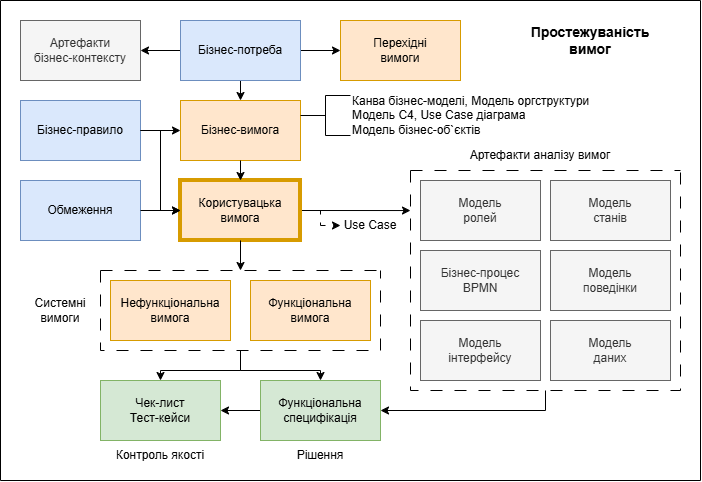
This is src/img/concept-traceability.png from babok4me/info, a draw.io export, as it was before one commit. Source tidied: cells renumbered, new cells last; positions are measured from the earlier drawing's top-left corner, leaving out a move shared by most shapes. Its diagram source:
```xml
<mxGraphModel>
  <root>
    <mxCell id="0" />
    <mxCell id="1" parent="0" />
    <mxCell id="2" value="Перехідні&lt;div&gt;&lt;span style=&quot;background-color: transparent; color: light-dark(rgb(0, 0, 0), rgb(255, 255, 255));&quot;&gt;вимоги&lt;/span&gt;&lt;/div&gt;" style="rounded=0;whiteSpace=wrap;html=1;fillColor=#ffe6cc;strokeColor=#d79b00;" parent="1" vertex="1">
      <mxGeometry x="340" y="20" width="120" height="60" as="geometry" />
    </mxCell>
    <mxCell id="3" value="Бізнес-процес&lt;div&gt;BPMN&lt;/div&gt;" style="rounded=0;whiteSpace=wrap;html=1;fillColor=#f5f5f5;fontColor=#333333;strokeColor=#666666;" parent="1" vertex="1">
      <mxGeometry x="420" y="250" width="120" height="60" as="geometry" />
    </mxCell>
    <mxCell id="4" value="Модель&lt;div&gt;інтерфейсу&lt;/div&gt;" style="rounded=0;whiteSpace=wrap;html=1;fillColor=#f5f5f5;fontColor=#333333;strokeColor=#666666;" parent="1" vertex="1">
      <mxGeometry x="420" y="320" width="120" height="60" as="geometry" />
    </mxCell>
    <mxCell id="5" value="Модель&lt;div&gt;станів&lt;/div&gt;" style="rounded=0;whiteSpace=wrap;html=1;fillColor=#f5f5f5;fontColor=#333333;strokeColor=#666666;" parent="1" vertex="1">
      <mxGeometry x="550" y="180" width="120" height="60" as="geometry" />
    </mxCell>
    <mxCell id="6" value="Модель&lt;div&gt;поведінки&lt;/div&gt;" style="rounded=0;whiteSpace=wrap;html=1;fillColor=#f5f5f5;fontColor=#333333;strokeColor=#666666;" parent="1" vertex="1">
      <mxGeometry x="550" y="250" width="120" height="60" as="geometry" />
    </mxCell>
    <mxCell id="7" value="Модель&lt;div&gt;даних&lt;/div&gt;" style="rounded=0;whiteSpace=wrap;html=1;fillColor=#f5f5f5;fontColor=#333333;strokeColor=#666666;" parent="1" vertex="1">
      <mxGeometry x="550" y="320" width="120" height="60" as="geometry" />
    </mxCell>
    <mxCell id="8" value="&lt;div&gt;Артефакти&lt;/div&gt;&lt;div&gt;бізнес-контексту&lt;/div&gt;" style="rounded=0;whiteSpace=wrap;html=1;fillColor=#f5f5f5;strokeColor=#666666;fontColor=#333333;" parent="1" vertex="1">
      <mxGeometry x="20" y="20" width="120" height="60" as="geometry" />
    </mxCell>
    <mxCell id="9" value="Модель&lt;div&gt;ролей&lt;/div&gt;" style="rounded=0;whiteSpace=wrap;html=1;fillColor=#f5f5f5;fontColor=#333333;strokeColor=#666666;" parent="1" vertex="1">
      <mxGeometry x="420" y="180" width="120" height="60" as="geometry" />
    </mxCell>
    <mxCell id="10" style="edgeStyle=orthogonalEdgeStyle;rounded=0;jettySize=auto;html=1;exitX=0.5;exitY=1;exitDx=0;exitDy=0;entryX=0.5;entryY=0;entryDx=0;entryDy=0;" parent="1" edge="1" source="13" target="20">
      <mxGeometry relative="1" as="geometry" />
    </mxCell>
    <mxCell id="11" style="edgeStyle=orthogonalEdgeStyle;rounded=0;jettySize=auto;html=1;exitX=1;exitY=0.5;exitDx=0;exitDy=0;" parent="1" edge="1" source="13" target="2">
      <mxGeometry relative="1" as="geometry" />
    </mxCell>
    <mxCell id="12" style="edgeStyle=orthogonalEdgeStyle;rounded=0;jettySize=auto;html=1;exitX=0;exitY=0.5;exitDx=0;exitDy=0;" parent="1" edge="1" source="13" target="8">
      <mxGeometry relative="1" as="geometry" />
    </mxCell>
    <mxCell id="13" value="Бізнес-потреба" style="rounded=0;whiteSpace=wrap;html=1;fillColor=#dae8fc;strokeColor=#6c8ebf;" parent="1" vertex="1">
      <mxGeometry x="180" y="20" width="120" height="60" as="geometry" />
    </mxCell>
    <mxCell id="14" style="edgeStyle=orthogonalEdgeStyle;rounded=0;jettySize=auto;html=1;exitX=0.5;exitY=1;exitDx=0;exitDy=0;entryX=1;entryY=0.5;entryDx=0;entryDy=0;" parent="1" edge="1" source="15" target="33">
      <mxGeometry relative="1" as="geometry" />
    </mxCell>
    <mxCell id="15" style="swimlane;startSize=0;dashed=1;dashPattern=12 12;" parent="1" vertex="1">
      <mxGeometry x="410" y="170" width="270" height="220" as="geometry" />
    </mxCell>
    <mxCell id="16" style="edgeStyle=orthogonalEdgeStyle;rounded=0;jettySize=auto;html=1;exitX=1;exitY=0.5;exitDx=0;exitDy=0;entryX=0;entryY=0.182;entryDx=0;entryDy=0;entryPerimeter=0;" parent="1" edge="1" source="24" target="15">
      <mxGeometry relative="1" as="geometry" />
    </mxCell>
    <mxCell id="17" style="swimlane;startSize=0;" parent="1" vertex="1">
      <mxGeometry width="700" height="480" as="geometry" />
    </mxCell>
    <mxCell id="18" value="Простежуваність&lt;div&gt;вимог&lt;/div&gt;" style="text;html=1;whiteSpace=wrap;strokeColor=none;fillColor=none;align=center;verticalAlign=middle;rounded=1;fontStyle=1;fontSize=14;shadow=0;glass=0;" parent="17" vertex="1">
      <mxGeometry x="510" y="20" width="160" height="40" as="geometry" />
    </mxCell>
    <mxCell id="19" value="Бізнес-правило" style="rounded=0;whiteSpace=wrap;html=1;fillColor=#dae8fc;strokeColor=#6c8ebf;" parent="17" vertex="1">
      <mxGeometry x="20" y="100" width="120" height="60" as="geometry" />
    </mxCell>
    <mxCell id="20" value="Бізнес-вимога" style="rounded=0;whiteSpace=wrap;html=1;fillColor=#ffe6cc;strokeColor=#d79b00;" parent="17" vertex="1">
      <mxGeometry x="180" y="100" width="120" height="60" as="geometry" />
    </mxCell>
    <mxCell id="21" style="edgeStyle=orthogonalEdgeStyle;rounded=0;jettySize=auto;html=1;exitX=1;exitY=0.5;exitDx=0;exitDy=0;entryX=0;entryY=0.5;entryDx=0;entryDy=0;" parent="17" edge="1" source="19" target="20">
      <mxGeometry relative="1" as="geometry" />
    </mxCell>
    <mxCell id="22" value="Обмеження" style="rounded=0;whiteSpace=wrap;html=1;fillColor=#dae8fc;strokeColor=#6c8ebf;" parent="17" vertex="1">
      <mxGeometry x="20" y="180" width="120" height="60" as="geometry" />
    </mxCell>
    <mxCell id="23" style="edgeStyle=orthogonalEdgeStyle;rounded=0;jettySize=auto;html=1;exitX=1;exitY=0.5;exitDx=0;exitDy=0;entryX=0;entryY=0.5;entryDx=0;entryDy=0;dashed=1;dashPattern=8 8;" parent="17" edge="1" source="24" target="41">
      <mxGeometry relative="1" as="geometry" />
    </mxCell>
    <mxCell id="24" value="Користувацька вимога" style="rounded=0;whiteSpace=wrap;html=1;fillColor=#ffe6cc;strokeColor=#d79b00;strokeWidth=4;" parent="17" vertex="1">
      <mxGeometry x="180" y="180" width="120" height="60" as="geometry" />
    </mxCell>
    <mxCell id="25" style="edgeStyle=orthogonalEdgeStyle;rounded=0;jettySize=auto;html=1;exitX=1;exitY=0.5;exitDx=0;exitDy=0;entryX=0;entryY=0.5;entryDx=0;entryDy=0;" parent="17" edge="1" source="19" target="24">
      <mxGeometry relative="1" as="geometry" />
    </mxCell>
    <mxCell id="26" style="edgeStyle=orthogonalEdgeStyle;rounded=0;jettySize=auto;html=1;exitX=0.5;exitY=1;exitDx=0;exitDy=0;entryX=0.5;entryY=0;entryDx=0;entryDy=0;" parent="17" edge="1" source="20" target="24">
      <mxGeometry relative="1" as="geometry" />
    </mxCell>
    <mxCell id="27" style="edgeStyle=orthogonalEdgeStyle;rounded=0;jettySize=auto;html=1;exitX=1;exitY=0.5;exitDx=0;exitDy=0;entryX=0;entryY=0.5;entryDx=0;entryDy=0;" parent="17" edge="1" source="22" target="24">
      <mxGeometry relative="1" as="geometry" />
    </mxCell>
    <mxCell id="28" value="Артефакти аналізу вимог" style="text;html=1;whiteSpace=wrap;strokeColor=none;fillColor=none;align=center;verticalAlign=middle;rounded=0;" parent="17" vertex="1">
      <mxGeometry x="420" y="140" width="240" height="30" as="geometry" />
    </mxCell>
    <mxCell id="29" value="Функціональна вимога" style="rounded=0;whiteSpace=wrap;html=1;fillColor=#ffe6cc;strokeColor=#d79b00;" parent="17" vertex="1">
      <mxGeometry x="250" y="280" width="120" height="60" as="geometry" />
    </mxCell>
    <mxCell id="30" value="Нефункціональна вимога" style="rounded=0;whiteSpace=wrap;html=1;fillColor=#ffe6cc;strokeColor=#d79b00;" parent="17" vertex="1">
      <mxGeometry x="110" y="280" width="120" height="60" as="geometry" />
    </mxCell>
    <mxCell id="31" value="Чек-лист&lt;div&gt;Тест-кейси&lt;/div&gt;" style="rounded=0;whiteSpace=wrap;html=1;fillColor=#d5e8d4;strokeColor=#82b366;" parent="17" vertex="1">
      <mxGeometry x="100" y="380" width="120" height="60" as="geometry" />
    </mxCell>
    <mxCell id="32" style="edgeStyle=orthogonalEdgeStyle;rounded=0;jettySize=auto;html=1;exitX=0;exitY=0.5;exitDx=0;exitDy=0;entryX=1;entryY=0.5;entryDx=0;entryDy=0;" parent="17" edge="1" source="33" target="31">
      <mxGeometry relative="1" as="geometry" />
    </mxCell>
    <mxCell id="33" value="Функціональна&lt;div&gt;специфікація&lt;/div&gt;" style="rounded=0;whiteSpace=wrap;html=1;fillColor=#d5e8d4;strokeColor=#82b366;" parent="17" vertex="1">
      <mxGeometry x="260" y="380" width="120" height="60" as="geometry" />
    </mxCell>
    <mxCell id="34" style="edgeStyle=orthogonalEdgeStyle;rounded=0;jettySize=auto;html=1;exitX=0.5;exitY=1;exitDx=0;exitDy=0;entryX=0.5;entryY=0;entryDx=0;entryDy=0;" parent="17" edge="1" source="36" target="31">
      <mxGeometry relative="1" as="geometry">
        <Array as="points">
          <mxPoint x="240" y="370" />
          <mxPoint x="160" y="370" />
        </Array>
      </mxGeometry>
    </mxCell>
    <mxCell id="35" style="edgeStyle=orthogonalEdgeStyle;rounded=0;jettySize=auto;html=1;exitX=0.5;exitY=1;exitDx=0;exitDy=0;entryX=0.5;entryY=0;entryDx=0;entryDy=0;" parent="17" edge="1" source="36" target="33">
      <mxGeometry relative="1" as="geometry">
        <Array as="points">
          <mxPoint x="240" y="370" />
          <mxPoint x="320" y="370" />
        </Array>
      </mxGeometry>
    </mxCell>
    <mxCell id="36" style="swimlane;startSize=0;dashed=1;dashPattern=12 12;" parent="17" vertex="1">
      <mxGeometry x="100" y="270" width="280" height="80" as="geometry" />
    </mxCell>
    <mxCell id="37" value="Системні&lt;div&gt;вимоги&lt;/div&gt;" style="text;html=1;whiteSpace=wrap;strokeColor=none;fillColor=none;align=center;verticalAlign=middle;rounded=0;" parent="17" vertex="1">
      <mxGeometry x="30" y="295" width="60" height="30" as="geometry" />
    </mxCell>
    <mxCell id="38" style="edgeStyle=orthogonalEdgeStyle;rounded=0;jettySize=auto;html=1;exitX=0.5;exitY=1;exitDx=0;exitDy=0;entryX=0.5;entryY=0;entryDx=0;entryDy=0;" parent="17" edge="1" source="24" target="36">
      <mxGeometry relative="1" as="geometry" />
    </mxCell>
    <mxCell id="39" value="Рішення" style="text;html=1;whiteSpace=wrap;strokeColor=none;fillColor=none;align=center;verticalAlign=middle;rounded=0;" parent="17" vertex="1">
      <mxGeometry x="260" y="440" width="120" height="30" as="geometry" />
    </mxCell>
    <mxCell id="40" value="Контроль якості" style="text;html=1;whiteSpace=wrap;strokeColor=none;fillColor=none;align=center;verticalAlign=middle;rounded=0;" parent="17" vertex="1">
      <mxGeometry x="100" y="440" width="120" height="30" as="geometry" />
    </mxCell>
    <mxCell id="41" value="Use Case" style="text;html=1;whiteSpace=wrap;strokeColor=none;fillColor=none;align=center;verticalAlign=middle;rounded=0;" parent="17" vertex="1">
      <mxGeometry x="340" y="210" width="60" height="30" as="geometry" />
    </mxCell>
    <mxCell id="42" value="&lt;div&gt;Канва бізнес-моделі,&amp;nbsp;&lt;span style=&quot;background-color: transparent; color: light-dark(rgb(0, 0, 0), rgb(255, 255, 255));&quot;&gt;Модель оргструктури&lt;/span&gt;&lt;/div&gt;&lt;div&gt;Модель С4,&amp;nbsp;&lt;span style=&quot;background-color: transparent; color: light-dark(rgb(0, 0, 0), rgb(255, 255, 255));&quot;&gt;Use Case діаграма&lt;/span&gt;&lt;/div&gt;&lt;div&gt;Модель бізнес-об`єктів&lt;/div&gt;" style="html=1;shape=mxgraph.flowchart.annotation_2;align=left;labelPosition=right;" parent="17" vertex="1">
      <mxGeometry x="300" y="95" width="50" height="40" as="geometry" />
    </mxCell>
  </root>
</mxGraphModel>
```
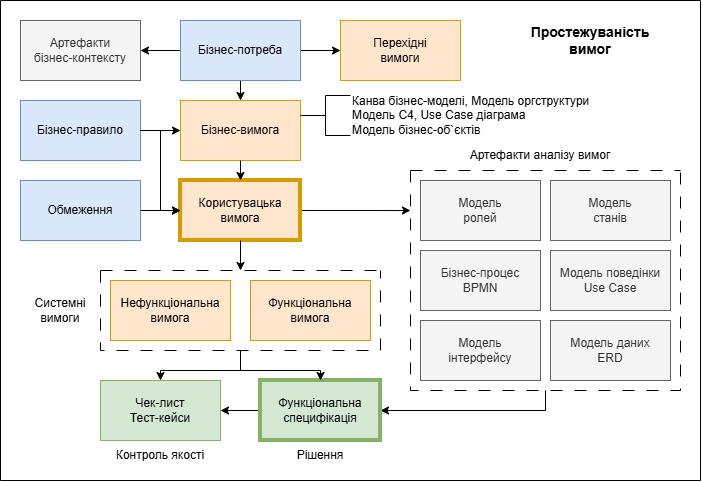
The same file after the commit.

Commit message:
change page concept

What changed in the source:
```diff
@@ -14,10 +14,10 @@
     <mxCell id="5" value="Модель&lt;div&gt;станів&lt;/div&gt;" style="rounded=0;whiteSpace=wrap;html=1;fillColor=#f5f5f5;fontColor=#333333;strokeColor=#666666;" parent="1" vertex="1">
       <mxGeometry x="550" y="180" width="120" height="60" as="geometry" />
     </mxCell>
-    <mxCell id="6" value="Модель&lt;div&gt;поведінки&lt;/div&gt;" style="rounded=0;whiteSpace=wrap;html=1;fillColor=#f5f5f5;fontColor=#333333;strokeColor=#666666;" parent="1" vertex="1">
+    <mxCell id="6" value="Модель&amp;nbsp;&lt;span style=&quot;background-color: transparent; color: light-dark(rgb(51, 51, 51), rgb(193, 193, 193));&quot;&gt;поведінки&lt;/span&gt;&lt;div&gt;&lt;span style=&quot;background-color: transparent; color: light-dark(rgb(51, 51, 51), rgb(193, 193, 193));&quot;&gt;Use Case&lt;/span&gt;&lt;/div&gt;" style="rounded=0;whiteSpace=wrap;html=1;fillColor=#f5f5f5;fontColor=#333333;strokeColor=#666666;" parent="1" vertex="1">
       <mxGeometry x="550" y="250" width="120" height="60" as="geometry" />
     </mxCell>
-    <mxCell id="7" value="Модель&lt;div&gt;даних&lt;/div&gt;" style="rounded=0;whiteSpace=wrap;html=1;fillColor=#f5f5f5;fontColor=#333333;strokeColor=#666666;" parent="1" vertex="1">
+    <mxCell id="7" value="Модель&amp;nbsp;&lt;span style=&quot;background-color: transparent; color: light-dark(rgb(51, 51, 51), rgb(193, 193, 193));&quot;&gt;даних&lt;/span&gt;&lt;div&gt;&lt;span style=&quot;background-color: transparent; color: light-dark(rgb(51, 51, 51), rgb(193, 193, 193));&quot;&gt;ERD&lt;/span&gt;&lt;/div&gt;" style="rounded=0;whiteSpace=wrap;html=1;fillColor=#f5f5f5;fontColor=#333333;strokeColor=#666666;" parent="1" vertex="1">
       <mxGeometry x="550" y="320" width="120" height="60" as="geometry" />
     </mxCell>
     <mxCell id="8" value="&lt;div&gt;Артефакти&lt;/div&gt;&lt;div&gt;бізнес-контексту&lt;/div&gt;" style="rounded=0;whiteSpace=wrap;html=1;fillColor=#f5f5f5;strokeColor=#666666;fontColor=#333333;" parent="1" vertex="1">
@@ -65,9 +65,6 @@
     <mxCell id="22" value="Обмеження" style="rounded=0;whiteSpace=wrap;html=1;fillColor=#dae8fc;strokeColor=#6c8ebf;" parent="17" vertex="1">
       <mxGeometry x="20" y="180" width="120" height="60" as="geometry" />
     </mxCell>
-    <mxCell id="23" style="edgeStyle=orthogonalEdgeStyle;rounded=0;jettySize=auto;html=1;exitX=1;exitY=0.5;exitDx=0;exitDy=0;entryX=0;entryY=0.5;entryDx=0;entryDy=0;dashed=1;dashPattern=8 8;" parent="17" edge="1" source="24" target="41">
-      <mxGeometry relative="1" as="geometry" />
-    </mxCell>
     <mxCell id="24" value="Користувацька вимога" style="rounded=0;whiteSpace=wrap;html=1;fillColor=#ffe6cc;strokeColor=#d79b00;strokeWidth=4;" parent="17" vertex="1">
       <mxGeometry x="180" y="180" width="120" height="60" as="geometry" />
     </mxCell>
@@ -95,7 +92,7 @@
     <mxCell id="32" style="edgeStyle=orthogonalEdgeStyle;rounded=0;jettySize=auto;html=1;exitX=0;exitY=0.5;exitDx=0;exitDy=0;entryX=1;entryY=0.5;entryDx=0;entryDy=0;" parent="17" edge="1" source="33" target="31">
       <mxGeometry relative="1" as="geometry" />
     </mxCell>
-    <mxCell id="33" value="Функціональна&lt;div&gt;специфікація&lt;/div&gt;" style="rounded=0;whiteSpace=wrap;html=1;fillColor=#d5e8d4;strokeColor=#82b366;" parent="17" vertex="1">
+    <mxCell id="33" value="Функціональна&lt;div&gt;специфікація&lt;/div&gt;" style="rounded=0;whiteSpace=wrap;html=1;fillColor=#d5e8d4;strokeColor=#82b366;strokeWidth=4;" parent="17" vertex="1">
       <mxGeometry x="260" y="380" width="120" height="60" as="geometry" />
     </mxCell>
     <mxCell id="34" style="edgeStyle=orthogonalEdgeStyle;rounded=0;jettySize=auto;html=1;exitX=0.5;exitY=1;exitDx=0;exitDy=0;entryX=0.5;entryY=0;entryDx=0;entryDy=0;" parent="17" edge="1" source="36" target="31">
@@ -129,9 +126,6 @@
     <mxCell id="40" value="Контроль якості" style="text;html=1;whiteSpace=wrap;strokeColor=none;fillColor=none;align=center;verticalAlign=middle;rounded=0;" parent="17" vertex="1">
       <mxGeometry x="100" y="440" width="120" height="30" as="geometry" />
     </mxCell>
-    <mxCell id="41" value="Use Case" style="text;html=1;whiteSpace=wrap;strokeColor=none;fillColor=none;align=center;verticalAlign=middle;rounded=0;" parent="17" vertex="1">
-      <mxGeometry x="340" y="210" width="60" height="30" as="geometry" />
-    </mxCell>
     <mxCell id="42" value="&lt;div&gt;Канва бізнес-моделі,&amp;nbsp;&lt;span style=&quot;background-color: transparent; color: light-dark(rgb(0, 0, 0), rgb(255, 255, 255));&quot;&gt;Модель оргструктури&lt;/span&gt;&lt;/div&gt;&lt;div&gt;Модель С4,&amp;nbsp;&lt;span style=&quot;background-color: transparent; color: light-dark(rgb(0, 0, 0), rgb(255, 255, 255));&quot;&gt;Use Case діаграма&lt;/span&gt;&lt;/div&gt;&lt;div&gt;Модель бізнес-об`єктів&lt;/div&gt;" style="html=1;shape=mxgraph.flowchart.annotation_2;align=left;labelPosition=right;" parent="17" vertex="1">
       <mxGeometry x="300" y="95" width="50" height="40" as="geometry" />
     </mxCell>
```
